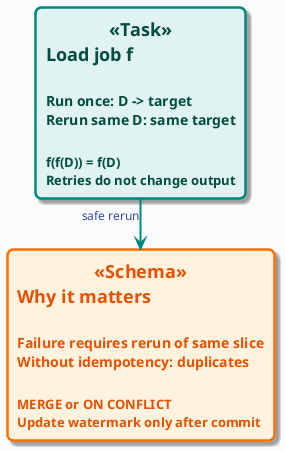
Before: diagrams/week04/week4_idempotency.png, a diagram exported from PlantUML (OrPerets/data-engineering-course). The source it was exported from:
```plantuml
@startuml

!include ../_template_styles.puml

top to bottom direction

rectangle "**Load job f**\n\n<size:14>Run once: D -> target</size>\n<size:14>Rerun same D: same target</size>\n\n<size:13>f(f(D)) = f(D)</size>\n<size:13>Retries do not change output</size>" as F <<Task>>

rectangle "**Why it matters**\n\n<size:14>Failure requires rerun of same slice</size>\n<size:14>Without idempotency: duplicates</size>\n\n<size:13>MERGE or ON CONFLICT</size>\n<size:13>Update watermark only after commit</size>" as WHY <<Schema>>

F -down[#00897B,thickness=2]-> WHY : <size:12>safe rerun</size>

@enduml
```
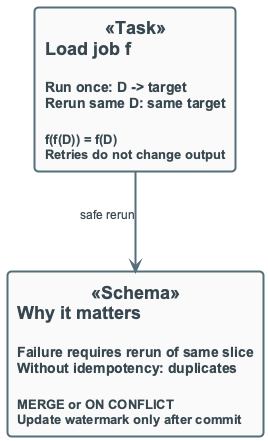
Above is the later version.

Diff of the diagram source:
```diff
@@ -8,6 +8,6 @@
 
 rectangle "**Why it matters**\n\n<size:14>Failure requires rerun of same slice</size>\n<size:14>Without idempotency: duplicates</size>\n\n<size:13>MERGE or ON CONFLICT</size>\n<size:13>Update watermark only after commit</size>" as WHY <<Schema>>
 
-F -down[#00897B,thickness=2]-> WHY : <size:12>safe rerun</size>
+F -down-> WHY : <size:12>safe rerun</size>
 
 @enduml
```
